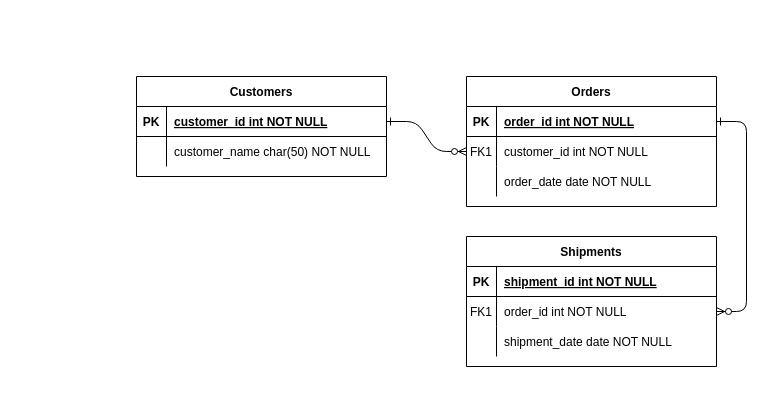
The draw.io diagram Untitled Diagram.drawio in yunqiangwu/rssbot, before the edit. Source tidied: cells renumbered, new cells numbered last; positions are measured from the earlier drawing's top-left corner, leaving out a move shared by most shapes. Both pictures are drawn from the tidied source at 100%, with x=0, y=0 at pixel (136, 76).
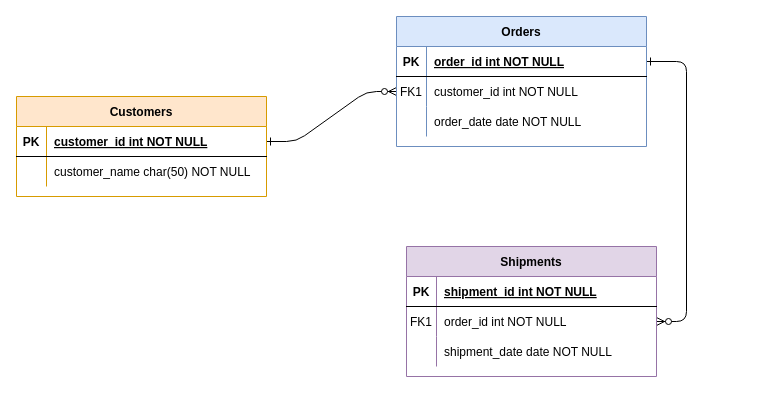
Above is the later version.

What changed in the source:
```diff
@@
-    <mxCell id="4" value="Orders" style="shape=table;startSize=30;childLayout=tableLayout;rowLines=0;fontStyle=1;align=center;" parent="1" vertex="1">
-      <mxGeometry x="330" width="250" height="130" as="geometry" />
+    <mxCell id="4" value="Orders" style="shape=table;startSize=30;childLayout=tableLayout;rowLines=0;fontStyle=1;align=center;fillColor=#dae8fc;strokeColor=#6c8ebf;" parent="1" vertex="1">
+      <mxGeometry x="260" y="-60" width="250" height="130" as="geometry" />
     </mxCell>
@@
-    <mxCell id="14" value="Shipments" style="shape=table;startSize=30;childLayout=tableLayout;rowLines=0;fontStyle=1;align=center;" parent="1" vertex="1">
-      <mxGeometry x="330" y="160" width="250" height="130" as="geometry" />
+    <mxCell id="14" value="Shipments" style="shape=table;startSize=30;childLayout=tableLayout;rowLines=0;fontStyle=1;align=center;fillColor=#e1d5e7;strokeColor=#9673a6;" parent="1" vertex="1">
+      <mxGeometry x="270" y="170" width="250" height="130" as="geometry" />
     </mxCell>
@@
-    <mxCell id="24" value="Customers" style="shape=table;startSize=30;childLayout=tableLayout;rowLines=0;fontStyle=1;align=center;" parent="1" vertex="1">
-      <mxGeometry width="250" height="100" as="geometry" />
+    <mxCell id="24" value="Customers" style="shape=table;startSize=30;childLayout=tableLayout;rowLines=0;fontStyle=1;align=center;fillColor=#ffe6cc;strokeColor=#d79b00;" parent="1" vertex="1">
+      <mxGeometry x="-120" y="20" width="250" height="100" as="geometry" />
     </mxCell>
```
